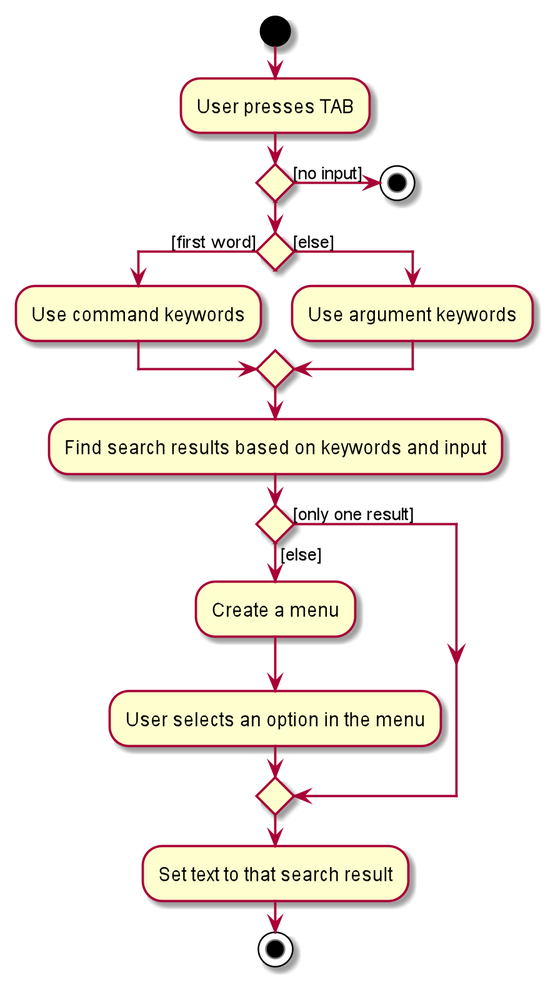
Earlier version of the PlantUML export docs/images/AutocompleteActivityDiagram.png (nus-cs2103-AY1920S1/addressbook-level3).
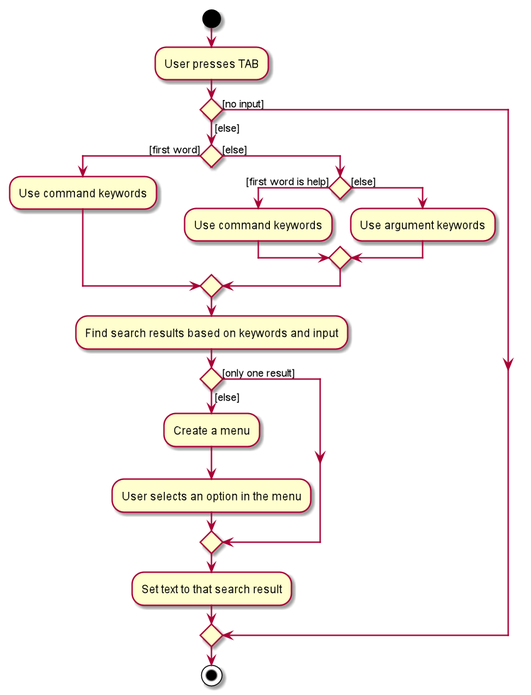
Above is the later version.

What changed in the source:
```diff
@@ -3,19 +3,23 @@
 :User presses TAB;
 
 if () then ([no input])
-    stop
-endif
-if () then ([first word])
+else ([else])
+    if () then ([first word])
     :Use command keywords;
-else ([else])
-    :Use argument keywords;
-endif
-:Find search results based on keywords and input;
-if () then ([only one result])
-else ([else])
+    else ([else])
+    if () then ([first word is help])
+        :Use command keywords;
+    else ([else])
+        :Use argument keywords;
+    endif
+    endif
+    :Find search results based on keywords and input;
+    if () then ([only one result])
+    else ([else])
     :Create a menu;
     :User selects an option in the menu;
+    endif
+    :Set text to that search result;
 endif
-:Set text to that search result;
 stop
 @enduml
```
